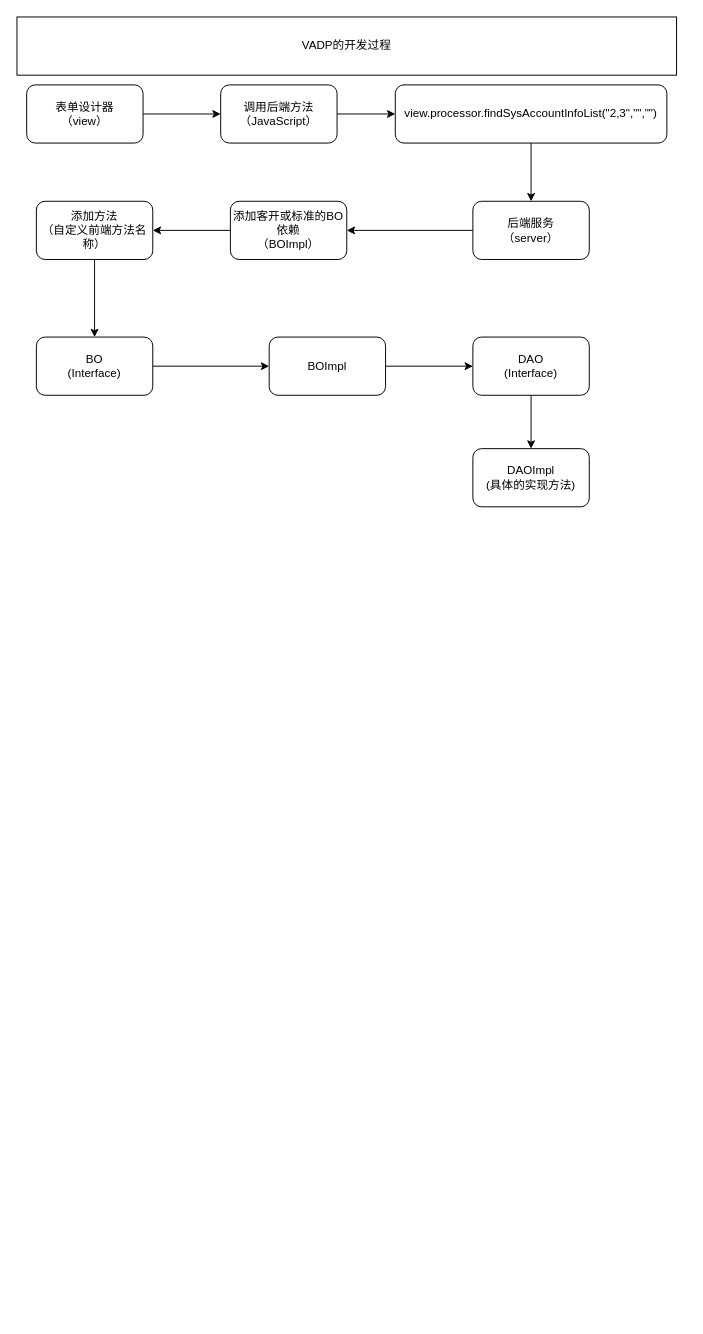
This is viewHigh.drawio from linrushao/drawing, a draw.io file, before an edit. Source tidied: cells renumbered, new cells numbered last; positions are measured from the earlier drawing's top-left corner, leaving out a move shared by most shapes. Both pictures are drawn from the tidied source at 97%, with x=0, y=0 at pixel (16, 16).
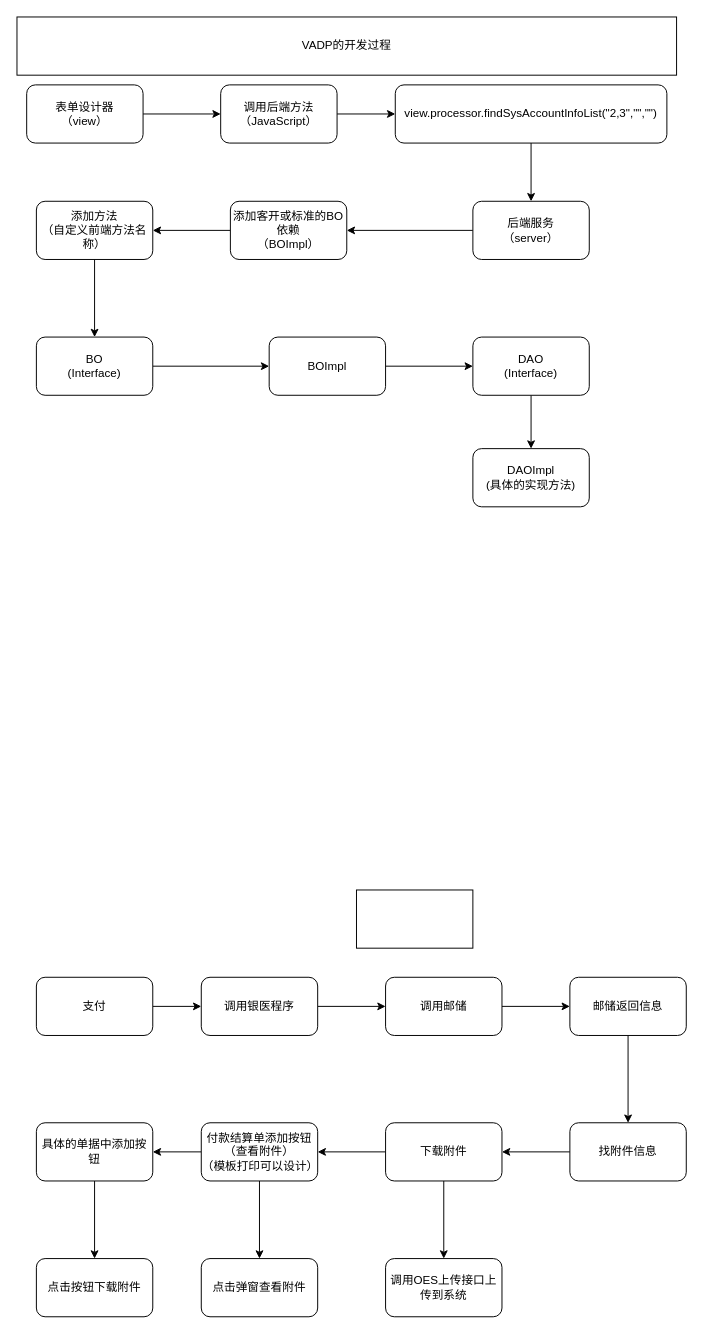
Above is the later version.

What changed in the source:
```diff
@@
+    <mxCell id="22" style="rounded=0;whiteSpace=wrap;html=1;" parent="1" vertex="1">
+      <mxGeometry x="350" y="900" width="120" height="60" as="geometry" />
+    </mxCell>
+    <mxCell id="23" style="edgeStyle=orthogonalEdgeStyle;rounded=0;jettySize=auto;html=1;exitX=1;exitY=0.5;exitDx=0;exitDy=0;entryX=0;entryY=0.5;entryDx=0;entryDy=0;" parent="1" edge="1" source="24" target="26">
+      <mxGeometry relative="1" as="geometry" />
+    </mxCell>
+    <mxCell id="24" value="支付" style="rounded=1;whiteSpace=wrap;html=1;" parent="1" vertex="1">
+      <mxGeometry x="20" y="990" width="120" height="60" as="geometry" />
+    </mxCell>
+    <mxCell id="25" style="edgeStyle=orthogonalEdgeStyle;rounded=0;jettySize=auto;html=1;exitX=1;exitY=0.5;exitDx=0;exitDy=0;entryX=0;entryY=0.5;entryDx=0;entryDy=0;" parent="1" edge="1" source="26" target="30">
+      <mxGeometry relative="1" as="geometry" />
+    </mxCell>
+    <mxCell id="26" value="调用银医程序" style="rounded=1;whiteSpace=wrap;html=1;" parent="1" vertex="1">
+      <mxGeometry x="190" y="990" width="120" height="60" as="geometry" />
+    </mxCell>
+    <mxCell id="27" style="edgeStyle=orthogonalEdgeStyle;rounded=0;jettySize=auto;html=1;exitX=0.5;exitY=1;exitDx=0;exitDy=0;" parent="1" edge="1" source="28" target="37">
+      <mxGeometry relative="1" as="geometry" />
+    </mxCell>
+    <mxCell id="28" value="邮储返回信息" style="rounded=1;whiteSpace=wrap;html=1;" parent="1" vertex="1">
+      <mxGeometry x="570" y="990" width="120" height="60" as="geometry" />
+    </mxCell>
+    <mxCell id="29" style="edgeStyle=orthogonalEdgeStyle;rounded=0;jettySize=auto;html=1;exitX=1;exitY=0.5;exitDx=0;exitDy=0;" parent="1" edge="1" source="30" target="28">
+      <mxGeometry relative="1" as="geometry" />
+    </mxCell>
+    <mxCell id="30" value="调用邮储" style="rounded=1;whiteSpace=wrap;html=1;" parent="1" vertex="1">
+      <mxGeometry x="380" y="990" width="120" height="60" as="geometry" />
+    </mxCell>
+    <mxCell id="31" style="edgeStyle=orthogonalEdgeStyle;rounded=0;jettySize=auto;html=1;exitX=0.5;exitY=1;exitDx=0;exitDy=0;" parent="1" edge="1" source="32" target="41">
+      <mxGeometry relative="1" as="geometry" />
+    </mxCell>
+    <mxCell id="32" value="具体的单据中添加按钮" style="rounded=1;whiteSpace=wrap;html=1;" parent="1" vertex="1">
+      <mxGeometry x="20" y="1140" width="120" height="60" as="geometry" />
+    </mxCell>
+    <mxCell id="33" style="edgeStyle=orthogonalEdgeStyle;rounded=0;jettySize=auto;html=1;exitX=0;exitY=0.5;exitDx=0;exitDy=0;" parent="1" edge="1" source="35" target="32">
+      <mxGeometry relative="1" as="geometry" />
+    </mxCell>
+    <mxCell id="34" style="edgeStyle=orthogonalEdgeStyle;rounded=0;jettySize=auto;html=1;exitX=0.5;exitY=1;exitDx=0;exitDy=0;" parent="1" edge="1" source="35" target="42">
+      <mxGeometry relative="1" as="geometry" />
+    </mxCell>
+    <mxCell id="35" value="付款结算单添加按钮（查看附件）&lt;div&gt;（模板打印可以设计）&lt;/div&gt;" style="rounded=1;whiteSpace=wrap;html=1;" parent="1" vertex="1">
+      <mxGeometry x="190" y="1140" width="120" height="60" as="geometry" />
+    </mxCell>
+    <mxCell id="36" style="edgeStyle=orthogonalEdgeStyle;rounded=0;jettySize=auto;html=1;exitX=0;exitY=0.5;exitDx=0;exitDy=0;entryX=1;entryY=0.5;entryDx=0;entryDy=0;" parent="1" edge="1" source="37" target="40">
+      <mxGeometry relative="1" as="geometry" />
+    </mxCell>
+    <mxCell id="37" value="找附件信息" style="rounded=1;whiteSpace=wrap;html=1;" parent="1" vertex="1">
+      <mxGeometry x="570" y="1140" width="120" height="60" as="geometry" />
+    </mxCell>
+    <mxCell id="38" style="edgeStyle=orthogonalEdgeStyle;rounded=0;jettySize=auto;html=1;exitX=0;exitY=0.5;exitDx=0;exitDy=0;" parent="1" edge="1" source="40" target="35">
+      <mxGeometry relative="1" as="geometry" />
+    </mxCell>
+    <mxCell id="39" style="edgeStyle=orthogonalEdgeStyle;rounded=0;jettySize=auto;html=1;exitX=0.5;exitY=1;exitDx=0;exitDy=0;" parent="1" edge="1" source="40" target="43">
+      <mxGeometry relative="1" as="geometry" />
+    </mxCell>
+    <mxCell id="40" value="下载附件" style="rounded=1;whiteSpace=wrap;html=1;" parent="1" vertex="1">
+      <mxGeometry x="380" y="1140" width="120" height="60" as="geometry" />
+    </mxCell>
+    <mxCell id="41" value="点击按钮下载附件" style="rounded=1;whiteSpace=wrap;html=1;" parent="1" vertex="1">
+      <mxGeometry x="20" y="1280" width="120" height="60" as="geometry" />
+    </mxCell>
+    <mxCell id="42" value="点击弹窗查看附件" style="rounded=1;whiteSpace=wrap;html=1;" parent="1" vertex="1">
+      <mxGeometry x="190" y="1280" width="120" height="60" as="geometry" />
+    </mxCell>
+    <mxCell id="43" value="调用OES上传接口上传到系统" style="rounded=1;whiteSpace=wrap;html=1;" parent="1" vertex="1">
+      <mxGeometry x="380" y="1280" width="120" height="60" as="geometry" />
+    </mxCell>
```
